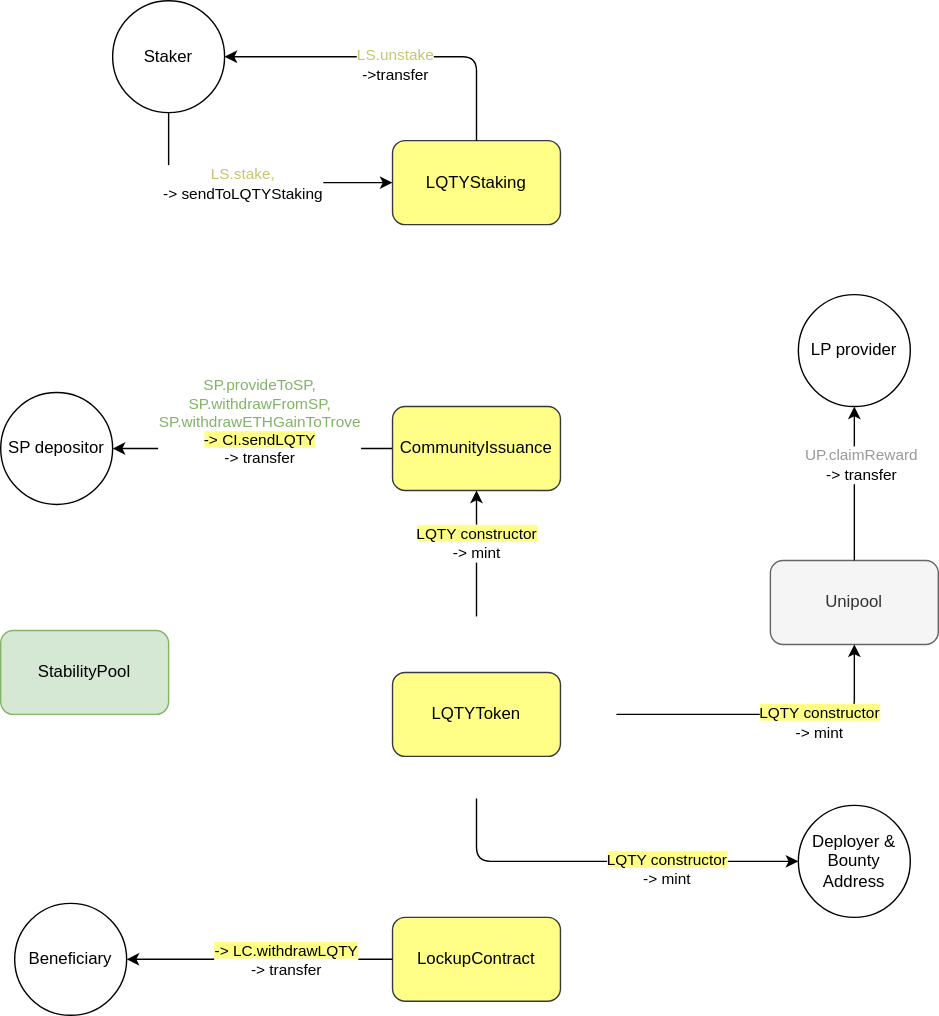
Earlier version of the draw.io export images/POLLEN_flows.svg (beraborrow/package). Source tidied: cells renumbered, new cells last; positions are measured from the earlier drawing's top-left corner, leaving out a move shared by most shapes.
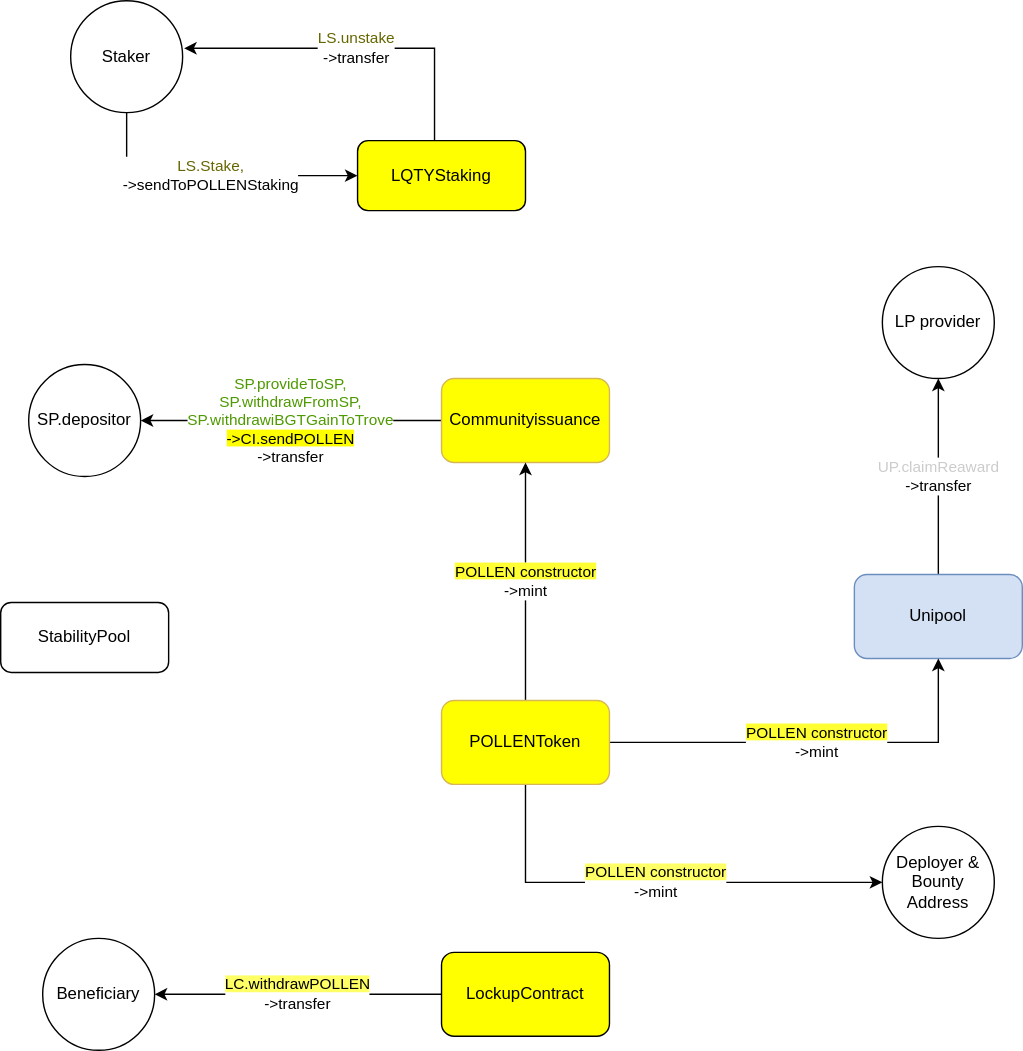
Later version of the same file.

Diff of the diagram source:
```diff
@@ -2,124 +2,78 @@
   <root>
     <mxCell id="0" />
     <mxCell id="1" parent="0" />
+    <mxCell id="9" value="LQTYStaking" style="rounded=1;whiteSpace=wrap;html=1;fillColor=#FFFF00;" parent="1" vertex="1">
+      <mxGeometry x="265" y="170" width="120" height="50" as="geometry" />
+    </mxCell>
+    <mxCell id="12" value="&lt;font color=&quot;#666600&quot;&gt;LS.Stake,&lt;/font&gt;&lt;div&gt;-&amp;gt;sendToPOLLENStaking&lt;/div&gt;" style="edgeStyle=orthogonalEdgeStyle;rounded=0;jettySize=auto;html=1;entryX=0;entryY=0.5;entryDx=0;entryDy=0;" parent="1" edge="1" source="8" target="9">
+      <mxGeometry relative="1" as="geometry">
+        <Array as="points">
+          <mxPoint x="100" y="195" />
+        </Array>
+      </mxGeometry>
+    </mxCell>
+    <mxCell id="8" value="Staker" style="ellipse;whiteSpace=wrap;html=1;" parent="1" vertex="1">
+      <mxGeometry x="60" y="70" width="80" height="80" as="geometry" />
+    </mxCell>
+    <mxCell id="3" value="LP provider" style="ellipse;whiteSpace=wrap;html=1;" parent="1" vertex="1">
+      <mxGeometry x="640" y="260" width="80" height="80" as="geometry" />
+    </mxCell>
+    <mxCell id="11" value="&lt;font color=&quot;#666600&quot;&gt;LS.unstake&lt;/font&gt;&lt;div&gt;-&amp;gt;transfer&lt;/div&gt;" style="edgeStyle=orthogonalEdgeStyle;rounded=0;jettySize=auto;html=1;entryX=1.013;entryY=0.425;entryDx=0;entryDy=0;entryPerimeter=0;" parent="1" edge="1" source="9" target="8">
+      <mxGeometry relative="1" as="geometry">
+        <Array as="points">
+          <mxPoint x="320" y="104" />
+        </Array>
+      </mxGeometry>
+    </mxCell>
+    <mxCell id="26" value="&lt;font color=&quot;#cccccc&quot;&gt;UP.claimReaward&lt;/font&gt;&lt;div&gt;-&amp;gt;transfer&lt;/div&gt;" style="edgeStyle=orthogonalEdgeStyle;rounded=0;jettySize=auto;html=1;entryX=0.5;entryY=1;entryDx=0;entryDy=0;" parent="1" edge="1" source="7" target="3">
+      <mxGeometry relative="1" as="geometry" />
+    </mxCell>
+    <mxCell id="7" value="Unipool" style="rounded=1;whiteSpace=wrap;html=1;fillColor=#D4E1F5;strokeColor=#6c8ebf;" parent="1" vertex="1">
+      <mxGeometry x="620" y="480" width="120" height="60" as="geometry" />
+    </mxCell>
+    <mxCell id="29" value="&lt;font color=&quot;#4d9900&quot;&gt;SP.provideToSP,&lt;/font&gt;&lt;div&gt;&lt;font color=&quot;#4d9900&quot;&gt;SP.withdrawFromSP,&lt;/font&gt;&lt;/div&gt;&lt;div&gt;&lt;font color=&quot;#4d9900&quot;&gt;SP.withdrawiBGTGainToTrove&lt;/font&gt;&lt;/div&gt;&lt;div&gt;&lt;span style=&quot;background-color: rgb(255, 255, 0);&quot;&gt;-&amp;gt;CI.sendPOLLEN&lt;/span&gt;&lt;/div&gt;&lt;div&gt;-&amp;gt;transfer&lt;/div&gt;" style="edgeStyle=orthogonalEdgeStyle;rounded=0;jettySize=auto;html=1;entryX=1;entryY=0.5;entryDx=0;entryDy=0;" parent="1" edge="1" source="30" target="35">
+      <mxGeometry relative="1" as="geometry" />
+    </mxCell>
+    <mxCell id="30" value="Communityissuance" style="rounded=1;whiteSpace=wrap;html=1;fillColor=#FFFF00;strokeColor=#d6b656;" parent="1" vertex="1">
+      <mxGeometry x="325" y="340" width="120" height="60" as="geometry" />
+    </mxCell>
+    <mxCell id="31" value="&lt;span style=&quot;background-color: rgb(255, 255, 51);&quot;&gt;POLLEN constructor&lt;/span&gt;&lt;div&gt;-&amp;gt;mint&lt;/div&gt;" style="edgeStyle=orthogonalEdgeStyle;rounded=0;jettySize=auto;html=1;entryX=0.5;entryY=1;entryDx=0;entryDy=0;" parent="1" edge="1" source="34" target="30">
+      <mxGeometry relative="1" as="geometry" />
+    </mxCell>
+    <mxCell id="32" value="&lt;span style=&quot;background-color: rgb(255, 255, 51);&quot;&gt;POLLEN constructor&lt;/span&gt;&lt;div&gt;-&amp;gt;mint&lt;/div&gt;" style="edgeStyle=orthogonalEdgeStyle;rounded=0;jettySize=auto;html=1;entryX=0.5;entryY=1;entryDx=0;entryDy=0;" parent="1" edge="1" source="34" target="7">
+      <mxGeometry relative="1" as="geometry">
+        <Array as="points">
+          <mxPoint x="680" y="600" />
+        </Array>
+      </mxGeometry>
+    </mxCell>
+    <mxCell id="33" value="&lt;span style=&quot;background-color: rgb(255, 255, 102);&quot;&gt;POLLEN constructor&lt;/span&gt;&lt;div&gt;-&amp;gt;mint&lt;/div&gt;" style="edgeStyle=orthogonalEdgeStyle;rounded=0;jettySize=auto;html=1;entryX=0;entryY=0.5;entryDx=0;entryDy=0;" parent="1" edge="1" source="34" target="28">
+      <mxGeometry relative="1" as="geometry">
+        <Array as="points">
+          <mxPoint x="385" y="700" />
+        </Array>
+      </mxGeometry>
+    </mxCell>
+    <mxCell id="34" value="POLLENToken" style="rounded=1;whiteSpace=wrap;html=1;fillColor=#FFFF00;strokeColor=#d6b656;" parent="1" vertex="1">
+      <mxGeometry x="325" y="570" width="120" height="60" as="geometry" />
+    </mxCell>
+    <mxCell id="35" value="SP.depositor" style="ellipse;whiteSpace=wrap;html=1;" parent="1" vertex="1">
+      <mxGeometry x="30" y="330" width="80" height="80" as="geometry" />
+    </mxCell>
+    <mxCell id="28" value="Deployer &amp;amp;&lt;div&gt;Bounty&lt;/div&gt;&lt;div&gt;Address&lt;/div&gt;" style="ellipse;whiteSpace=wrap;html=1;" parent="1" vertex="1">
+      <mxGeometry x="640" y="660" width="80" height="80" as="geometry" />
+    </mxCell>
-    <mxCell id="2" value="StabilityPool" style="rounded=1;whiteSpace=wrap;html=1;fillColor=#d5e8d4;strokeColor=#82b366;" parent="1" vertex="1">
-      <mxGeometry y="450" width="120" height="60" as="geometry" />
+    <mxCell id="2" value="StabilityPool" style="rounded=1;whiteSpace=wrap;html=1;" parent="1" vertex="1">
+      <mxGeometry x="10" y="500" width="120" height="50" as="geometry" />
     </mxCell>
-    <mxCell id="3" value="LP provider" style="ellipse;whiteSpace=wrap;html=1;" parent="1" vertex="1">
-      <mxGeometry x="570" y="210" width="80" height="80" as="geometry" />
-    </mxCell>
-    <mxCell id="4" value="SP depositor" style="ellipse;whiteSpace=wrap;html=1;" parent="1" vertex="1">
-      <mxGeometry y="280" width="80" height="80" as="geometry" />
-    </mxCell>
-    <mxCell id="5" style="endArrow=classic;html=1;exitX=0;exitY=0.5;exitDx=0;exitDy=0;entryX=1;entryY=0.5;entryDx=0;entryDy=0;" parent="1" edge="1" source="14" target="4">
-      <mxGeometry relative="1" as="geometry">
-        <Array as="points">
-          <mxPoint x="140" y="320" />
-        </Array>
-      </mxGeometry>
-    </mxCell>
-    <mxCell id="6" value="&lt;span style=&quot;color: rgb(130 , 179 , 102)&quot;&gt;SP.provideToSP,&lt;/span&gt;&lt;span style=&quot;color: rgb(130 , 179 , 102)&quot;&gt;&lt;br&gt;SP.withdrawFromSP,&lt;br&gt;SP.withdrawETHGainToTrove&lt;br&gt;&lt;/span&gt;&lt;div&gt;&lt;span style=&quot;background-color: rgb(255 , 255 , 136)&quot;&gt;-&amp;gt; CI.sendLQTY&lt;br&gt;&lt;/span&gt;-&amp;gt; transfer&lt;br&gt;&lt;/div&gt;" style="edgeLabel;html=1;align=center;verticalAlign=middle;" parent="5" vertex="1">
-      <mxGeometry x="0.26" relative="1" as="geometry">
-        <mxPoint x="30" y="-20" as="offset" />
-      </mxGeometry>
-    </mxCell>
-    <mxCell id="7" value="Unipool" style="rounded=1;whiteSpace=wrap;html=1;fillColor=#f5f5f5;strokeColor=#666666;fontColor=#333333;" parent="1" vertex="1">
-      <mxGeometry x="550" y="400" width="120" height="60" as="geometry" />
-    </mxCell>
-    <mxCell id="8" value="Staker" style="ellipse;whiteSpace=wrap;html=1;" parent="1" vertex="1">
-      <mxGeometry x="80" width="80" height="80" as="geometry" />
-    </mxCell>
-    <mxCell id="9" value="LQTYStaking" style="rounded=1;whiteSpace=wrap;html=1;fillColor=#ffff88;strokeColor=#36393d;" parent="1" vertex="1">
-      <mxGeometry x="280" y="100" width="120" height="60" as="geometry" />
-    </mxCell>
-    <mxCell id="10" style="endArrow=classic;html=1;exitX=0.5;exitY=0;exitDx=0;exitDy=0;entryX=1;entryY=0.5;entryDx=0;entryDy=0;" parent="1" edge="1" source="9" target="8">
-      <mxGeometry relative="1" as="geometry">
-        <Array as="points">
-          <mxPoint x="340" y="40" />
-        </Array>
-      </mxGeometry>
-    </mxCell>
-    <mxCell id="11" value="&lt;font color=&quot;#C7C76A&quot;&gt;LS.unstake&lt;/font&gt;&lt;br&gt;-&amp;gt;transfer" style="edgeLabel;html=1;align=center;verticalAlign=middle;" parent="10" vertex="1">
-      <mxGeometry x="-0.01" y="5" relative="1" as="geometry" />
-    </mxCell>
-    <mxCell id="12" style="endArrow=classic;html=1;exitX=0.5;exitY=1;exitDx=0;exitDy=0;entryX=0;entryY=0.5;entryDx=0;entryDy=0;" parent="1" edge="1" source="8" target="9">
-      <mxGeometry relative="1" as="geometry">
-        <Array as="points">
-          <mxPoint x="120" y="130" />
-        </Array>
-      </mxGeometry>
-    </mxCell>
-    <mxCell id="13" value="&lt;font color=&quot;#C7C76A&quot;&gt;LS.stake,&lt;/font&gt;&lt;br&gt;-&amp;gt; sendToLQTYStaking" style="edgeLabel;html=1;align=center;verticalAlign=middle;" parent="12" vertex="1">
-      <mxGeometry x="-0.03" relative="1" as="geometry" />
-    </mxCell>
-    <mxCell id="14" value="CommunityIssuance" style="rounded=1;whiteSpace=wrap;html=1;fillColor=#ffff88;strokeColor=#36393d;" parent="1" vertex="1">
-      <mxGeometry x="280" y="290" width="120" height="60" as="geometry" />
-    </mxCell>
+    <mxCell id="17" value="&lt;span style=&quot;background-color: rgb(255, 255, 102);&quot;&gt;LC.withdrawPOLLEN&lt;/span&gt;&lt;div&gt;-&amp;gt;transfer&lt;/div&gt;" style="edgeStyle=orthogonalEdgeStyle;rounded=0;jettySize=auto;html=1;entryX=1;entryY=0.5;entryDx=0;entryDy=0;" parent="1" edge="1" source="16" target="15">
+      <mxGeometry relative="1" as="geometry" />
+    </mxCell>
+    <mxCell id="16" value="LockupContract" style="rounded=1;whiteSpace=wrap;html=1;fillColor=#FFFF00;" parent="1" vertex="1">
+      <mxGeometry x="325" y="750" width="120" height="60" as="geometry" />
+    </mxCell>
     <mxCell id="15" value="Beneficiary" style="ellipse;whiteSpace=wrap;html=1;" parent="1" vertex="1">
-      <mxGeometry x="10" y="645" width="80" height="80" as="geometry" />
+      <mxGeometry x="40" y="740" width="80" height="80" as="geometry" />
     </mxCell>
-    <mxCell id="16" value="LockupContract" style="rounded=1;whiteSpace=wrap;html=1;fillColor=#ffff88;strokeColor=#36393d;" parent="1" vertex="1">
-      <mxGeometry x="280" y="655" width="120" height="60" as="geometry" />
-    </mxCell>
-    <mxCell id="17" style="endArrow=classic;html=1;exitX=0;exitY=0.5;exitDx=0;exitDy=0;entryX=1;entryY=0.5;entryDx=0;entryDy=0;" parent="1" edge="1" source="16" target="15">
-      <mxGeometry relative="1" as="geometry">
-        <Array as="points">
-          <mxPoint x="140" y="685" />
-        </Array>
-      </mxGeometry>
-    </mxCell>
-    <mxCell id="18" value="&lt;span style=&quot;background-color: rgb(255 , 255 , 136)&quot;&gt;-&amp;gt; LC.withdrawLQTY&lt;/span&gt;&lt;br&gt;&lt;div&gt;-&amp;gt; transfer&lt;br&gt;&lt;/div&gt;" style="edgeLabel;html=1;align=center;verticalAlign=middle;" parent="17" vertex="1">
-      <mxGeometry x="0.26" relative="1" as="geometry">
-        <mxPoint x="43" as="offset" />
-      </mxGeometry>
-    </mxCell>
-    <mxCell id="19" value="LQTYToken" style="rounded=1;whiteSpace=wrap;html=1;fillColor=#ffff88;strokeColor=#36393d;" parent="1" vertex="1">
-      <mxGeometry x="280" y="480" width="120" height="60" as="geometry" />
-    </mxCell>
-    <mxCell id="20" style="endArrow=classic;html=1;entryX=0.5;entryY=1;entryDx=0;entryDy=0;" parent="1" edge="1" target="14">
-      <mxGeometry relative="1" as="geometry">
-        <mxPoint x="340" y="440" as="sourcePoint" />
-      </mxGeometry>
-    </mxCell>
-    <mxCell id="21" value="&lt;span style=&quot;background-color: rgb(255 , 255 , 136)&quot;&gt;LQTY constructor&lt;/span&gt;&lt;br&gt;&lt;div&gt;-&amp;gt; mint&lt;/div&gt;" style="edgeLabel;html=1;align=center;verticalAlign=middle;" parent="20" vertex="1">
-      <mxGeometry x="0.31" y="1" relative="1" as="geometry">
-        <mxPoint y="6" as="offset" />
-      </mxGeometry>
-    </mxCell>
-    <mxCell id="22" style="endArrow=classic;html=1;entryX=0;entryY=0.5;entryDx=0;entryDy=0;" parent="1" edge="1" target="28">
-      <mxGeometry relative="1" as="geometry">
-        <mxPoint x="340" y="570" as="sourcePoint" />
-        <Array as="points">
-          <mxPoint x="340" y="615" />
-        </Array>
-      </mxGeometry>
-    </mxCell>
-    <mxCell id="23" value="&lt;span style=&quot;background-color: rgb(255 , 255 , 136)&quot;&gt;LQTY constructor&lt;/span&gt;&lt;br&gt;&lt;div&gt;-&amp;gt; mint&lt;/div&gt;" style="edgeLabel;html=1;align=center;verticalAlign=middle;" parent="22" vertex="1">
-      <mxGeometry x="0.31" y="1" relative="1" as="geometry">
-        <mxPoint y="6" as="offset" />
-      </mxGeometry>
-    </mxCell>
-    <mxCell id="24" style="endArrow=classic;html=1;entryX=0.5;entryY=1;entryDx=0;entryDy=0;" parent="1" edge="1" target="7">
-      <mxGeometry relative="1" as="geometry">
-        <mxPoint x="440" y="510" as="sourcePoint" />
-        <Array as="points">
-          <mxPoint x="610" y="510" />
-        </Array>
-      </mxGeometry>
-    </mxCell>
-    <mxCell id="25" value="&lt;span style=&quot;background-color: rgb(255 , 255 , 136)&quot;&gt;LQTY constructor&lt;/span&gt;&lt;br&gt;&lt;div&gt;-&amp;gt; mint&lt;/div&gt;" style="edgeLabel;html=1;align=center;verticalAlign=middle;" parent="24" vertex="1">
-      <mxGeometry x="0.31" y="1" relative="1" as="geometry">
-        <mxPoint y="6" as="offset" />
-      </mxGeometry>
-    </mxCell>
-    <mxCell id="26" style="endArrow=classic;html=1;exitX=0.5;exitY=0;exitDx=0;exitDy=0;entryX=0.5;entryY=1;entryDx=0;entryDy=0;" parent="1" edge="1" source="7" target="3">
-      <mxGeometry relative="1" as="geometry" />
-    </mxCell>
-    <mxCell id="27" value="&lt;font color=&quot;#999999&quot;&gt;UP.claimReward&lt;/font&gt;&lt;br&gt;-&amp;gt; transfer" style="edgeLabel;html=1;align=center;verticalAlign=middle;" parent="26" vertex="1">
-      <mxGeometry x="0.25" y="-4" relative="1" as="geometry" />
-    </mxCell>
-    <mxCell id="28" value="Deployer &amp;amp;&lt;br&gt;Bounty Address" style="ellipse;whiteSpace=wrap;html=1;" parent="1" vertex="1">
-      <mxGeometry x="570" y="575" width="80" height="80" as="geometry" />
-    </mxCell>
   </root>
 </mxGraphModel>
```
